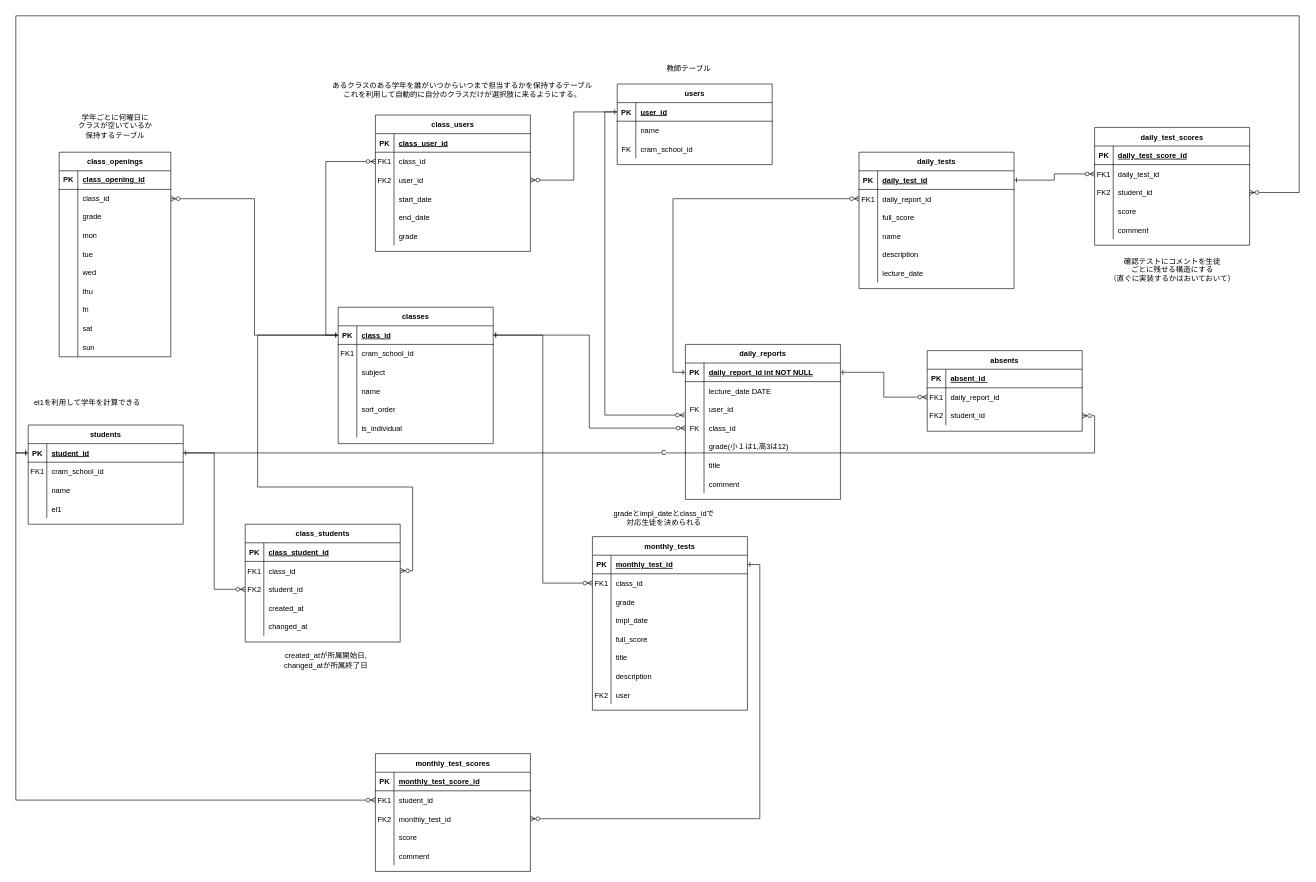
Above: daily_report_ER_diagram.drawio in satoru817/4eachkeijiban (draw.io), before the change. Source tidied: cells renumbered, new cells numbered last; positions are measured from the earlier drawing's top-left corner, leaving out a move shared by most shapes. Both pictures are drawn from the tidied source at 62%, with x=0, y=0 at pixel (16, 16).
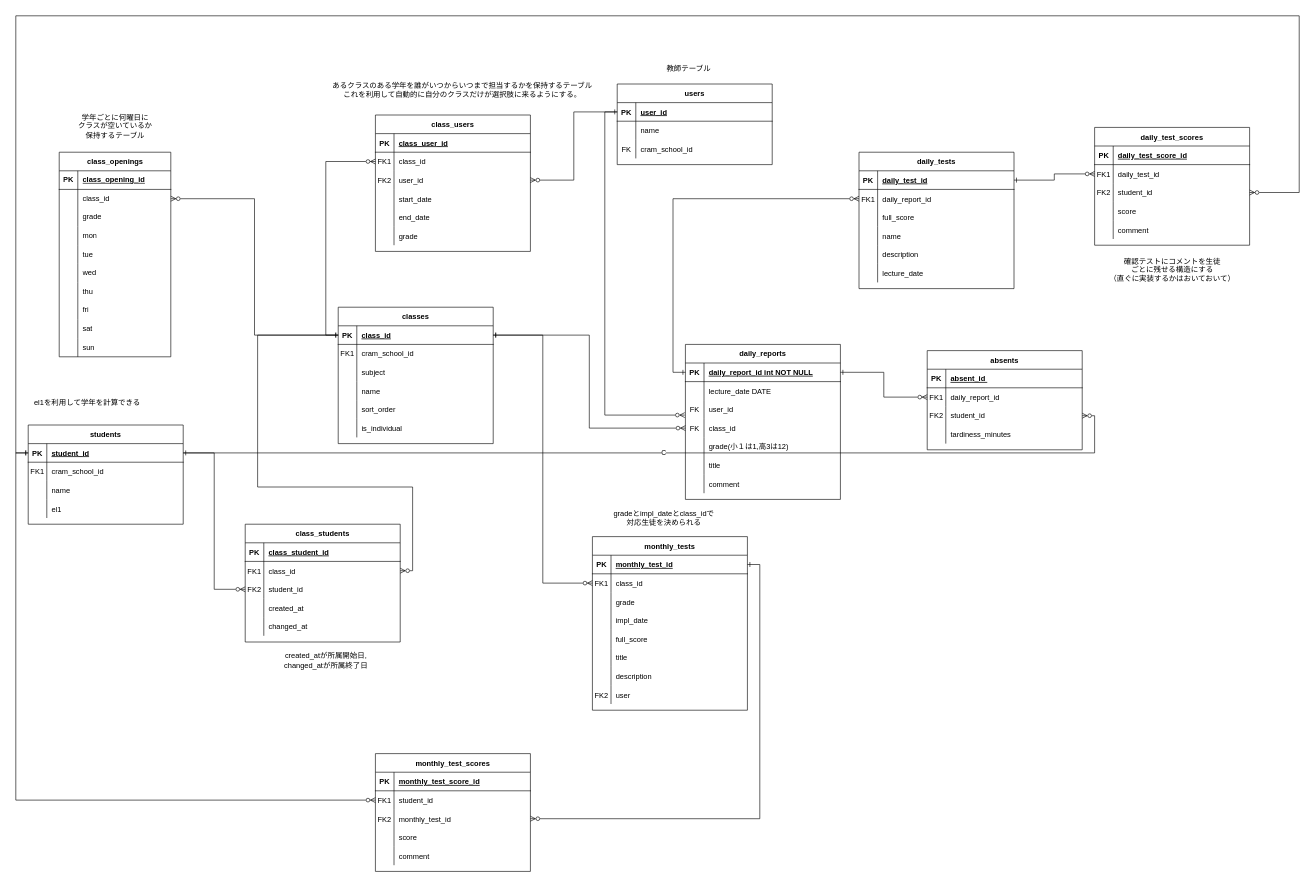
After the change.

Commit message:
daily_report_ER_diagram.drawio を更新します

Diff of the diagram source:
```diff
@@
     <mxCell id="2" value="absents" style="shape=table;startSize=30;childLayout=tableLayout;rowLines=0;fontStyle=1;align=center;" parent="1" vertex="1">
-      <mxGeometry x="1470" y="540" width="250" height="130" as="geometry" />
+      <mxGeometry x="1470" y="540" width="250" height="160" as="geometry" />
     </mxCell>
@@
+    <mxCell id="240" style="shape=partialRectangle;fillColor=none;top=0;left=0;right=0;bottom=0;" parent="2" vertex="1">
+      <mxGeometry y="120" width="250" height="30" as="geometry" />
+    </mxCell>
+    <mxCell id="241" style="shape=partialRectangle;overflow=hidden;fillColor=none;top=0;left=0;bottom=0;right=0;" parent="240" vertex="1">
+      <mxGeometry width="30" height="30" as="geometry" />
+    </mxCell>
+    <mxCell id="242" value="tardiness_minutes" style="shape=partialRectangle;overflow=hidden;fillColor=none;top=0;left=0;bottom=0;right=0;align=left;spacingLeft=6;" parent="240" vertex="1">
+      <mxGeometry x="30" width="220" height="30" as="geometry" />
+    </mxCell>
```
